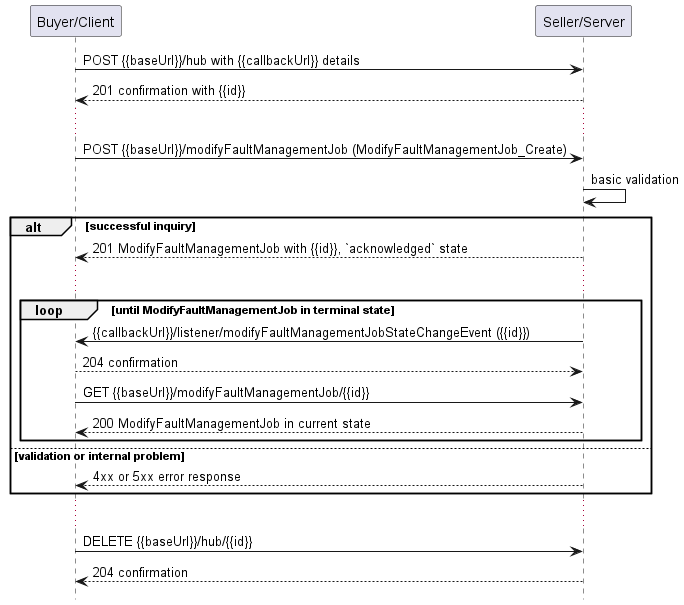
MEF-GIT/MEF-LSO-Legato-SDK keeps this PlantUML diagram as documentation/serviceApi/fm/media/useCase4Notification.png. Above is the earlier version. Its diagram source:
```plantuml
@startuml useCase4Notification

hide footbox

participant "Buyer/Client" as B
participant "Seller/Server" as S

B -> S: POST {{baseUrl}}/hub with {{callbackUrl}} details
S --> B: 201 confirmation with {{id}}
...
B -> S: POST {{baseUrl}}/modifyFaultManagementJob (ModifyFaultManagementJob_Create)
S -> S: basic validation

alt successful inquiry
  S --> B: 201 ModifyFaultManagementJob with {{id}}, `acknowledged` state
  ...

  group loop [until ModifyFaultManagementJob in terminal state]
      S -> B: {{callbackUrl}}/listener/modifyFaultManagementJobStateChangeEvent ({{id}})
      B --> S: 204 confirmation
      B -> S:   GET {{baseUrl}}/modifyFaultManagementJob/{{id}}
      return 200 ModifyFaultManagementJob in current state
  end

else validation or internal problem
  S --> B : 4xx or 5xx error response
end

...

B -> S : DELETE {{baseUrl}}/hub/{{id}}
S --> B : 204 confirmation

@enduml
```
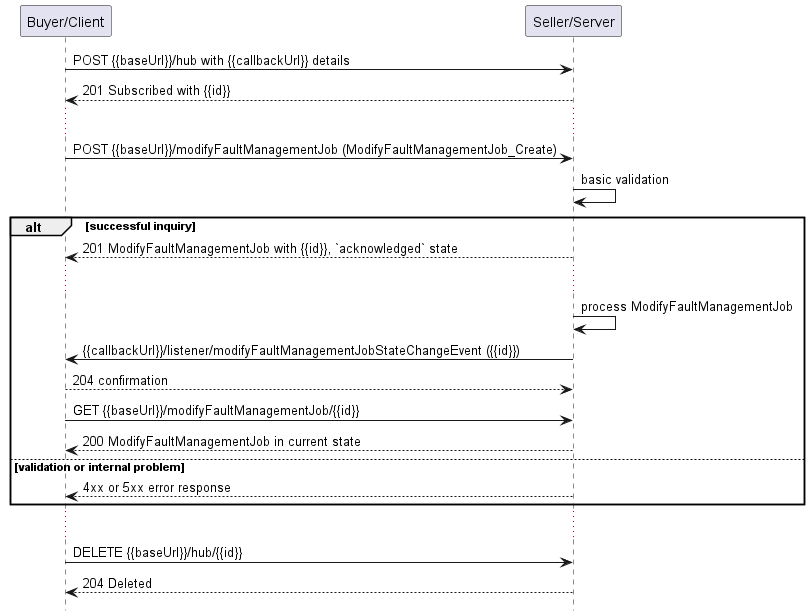
Above is the later version.

Change to the diagram source:
```diff
@@ -6,21 +6,21 @@
 participant "Seller/Server" as S
 
 B -> S: POST {{baseUrl}}/hub with {{callbackUrl}} details
-S --> B: 201 confirmation with {{id}}
+S --> B: 201 Subscribed with {{id}}
 ...
 B -> S: POST {{baseUrl}}/modifyFaultManagementJob (ModifyFaultManagementJob_Create)
 S -> S: basic validation
 
 alt successful inquiry
-  S --> B: 201 ModifyFaultManagementJob with {{id}}, `acknowledged` state
-  ...
+S --> B: 201 ModifyFaultManagementJob with {{id}}, `acknowledged` state
+...
 
-  group loop [until ModifyFaultManagementJob in terminal state]
-      S -> B: {{callbackUrl}}/listener/modifyFaultManagementJobStateChangeEvent ({{id}})
-      B --> S: 204 confirmation
-      B -> S:   GET {{baseUrl}}/modifyFaultManagementJob/{{id}}
-      return 200 ModifyFaultManagementJob in current state
-  end
+S -> S: process ModifyFaultManagementJob
+
+S -> B: {{callbackUrl}}/listener/modifyFaultManagementJobStateChangeEvent ({{id}})
+B --> S: 204 confirmation
+B -> S:   GET {{baseUrl}}/modifyFaultManagementJob/{{id}}
+return 200 ModifyFaultManagementJob in current state
 
 else validation or internal problem
   S --> B : 4xx or 5xx error response
@@ -29,6 +29,6 @@
 ...
 
 B -> S : DELETE {{baseUrl}}/hub/{{id}}
-S --> B : 204 confirmation
+S --> B : 204 Deleted
 
 @enduml
```
